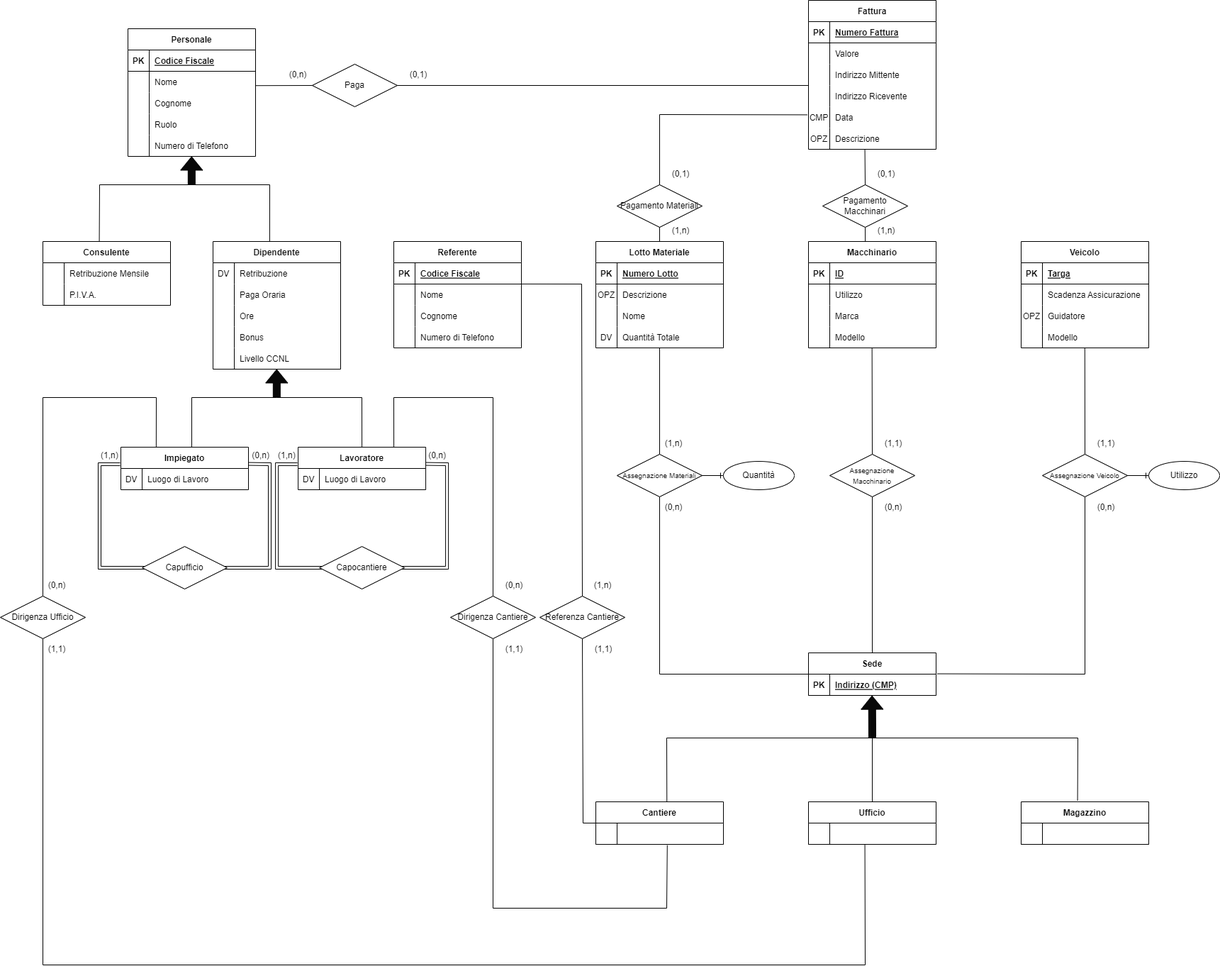
Before: Immagine Diagramma ER.png, a diagram exported from draw.io (JacopoPassariello/BD2022). Source tidied: cells renumbered, new cells last; positions are measured from the earlier drawing's top-left corner, leaving out a move shared by most shapes.
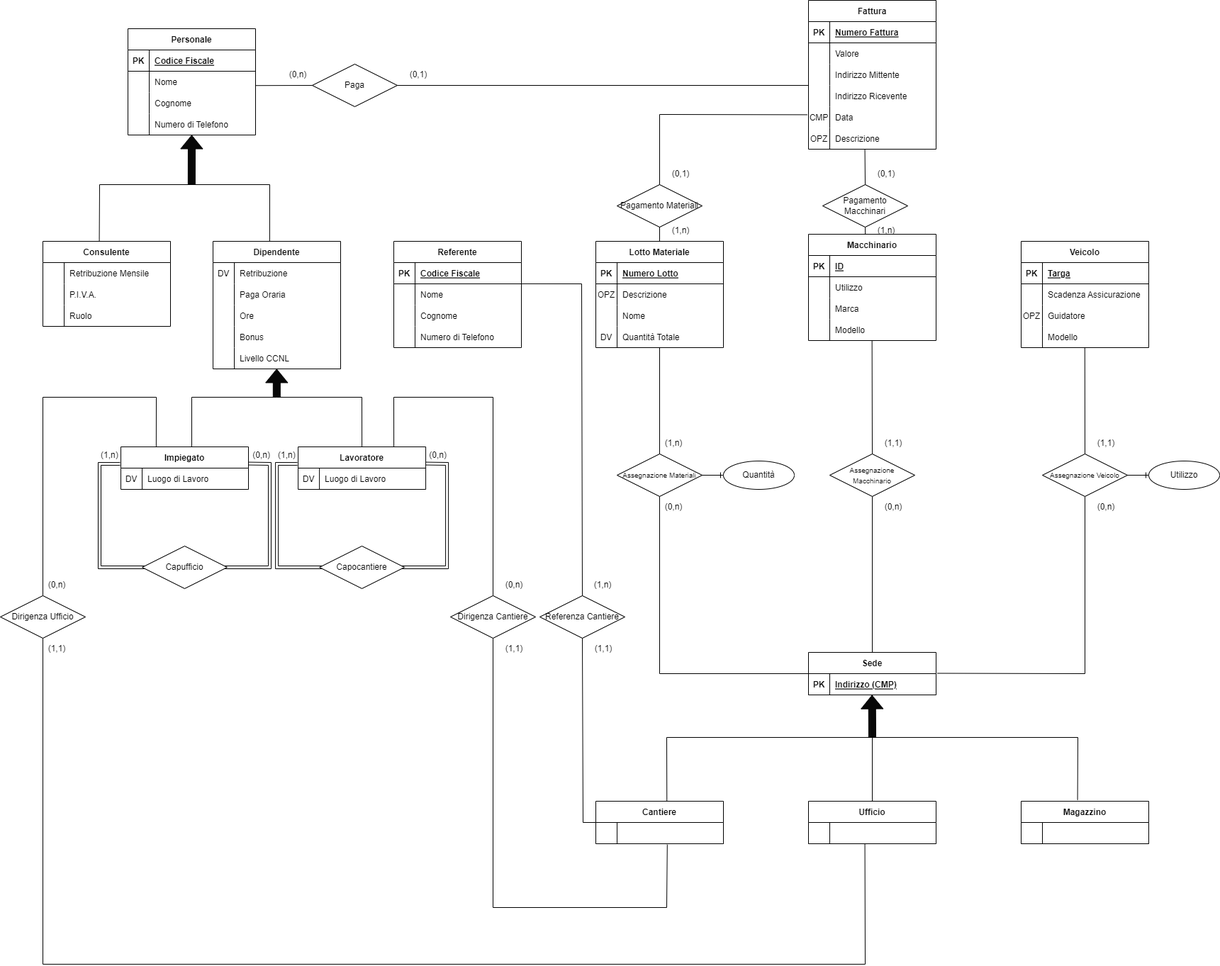
Later version of the same file.

Diff of the diagram source:
```diff
@@ -3,7 +3,7 @@
     <mxCell id="0" />
     <mxCell id="1" parent="0" />
     <mxCell id="2" value="Personale" style="shape=table;startSize=30;rowLines=0;fontStyle=1;align=center;" parent="1" vertex="1">
-      <mxGeometry x="180" y="40" width="180" height="180" as="geometry" />
+      <mxGeometry x="180" y="40" width="180" height="150" as="geometry" />
     </mxCell>
     <mxCell id="3" style="shape=tableRow;horizontal=0;startSize=0;swimlaneHead=0;swimlaneBody=0;fillColor=none;top=0;left=0;right=0;bottom=1;" parent="2" vertex="1">
       <mxGeometry y="30" width="180" height="30" as="geometry" />
@@ -32,17 +32,8 @@
     <mxCell id="11" value="Cognome" style="shape=partialRectangle;fillColor=none;top=0;left=0;bottom=0;right=0;align=left;spacingLeft=6;overflow=hidden;" parent="9" vertex="1">
       <mxGeometry x="30" width="150" height="30" as="geometry" />
     </mxCell>
-    <mxCell id="12" style="shape=tableRow;horizontal=0;startSize=0;swimlaneHead=0;swimlaneBody=0;fillColor=none;top=0;left=0;right=0;bottom=0;" parent="2" vertex="1">
-      <mxGeometry y="120" width="180" height="30" as="geometry" />
-    </mxCell>
-    <mxCell id="13" style="shape=partialRectangle;fillColor=none;top=0;left=0;bottom=0;right=0;overflow=hidden;" parent="12" vertex="1">
-      <mxGeometry width="30" height="30" as="geometry" />
-    </mxCell>
-    <mxCell id="14" value="Ruolo" style="shape=partialRectangle;fillColor=none;top=0;left=0;bottom=0;right=0;align=left;spacingLeft=6;overflow=hidden;" parent="12" vertex="1">
-      <mxGeometry x="30" width="150" height="30" as="geometry" />
-    </mxCell>
     <mxCell id="15" style="shape=tableRow;horizontal=0;startSize=0;swimlaneHead=0;swimlaneBody=0;fillColor=none;points=[[0,0.5],[1,0.5]];portConstraint=eastwest;top=0;left=0;right=0;bottom=0;" parent="2" vertex="1">
-      <mxGeometry y="150" width="180" height="30" as="geometry" />
+      <mxGeometry y="120" width="180" height="30" as="geometry" />
     </mxCell>
     <mxCell id="16" style="shape=partialRectangle;fillColor=none;top=0;left=0;bottom=0;right=0;overflow=hidden;" parent="15" vertex="1">
       <mxGeometry width="30" height="30" as="geometry" />
@@ -51,7 +42,7 @@
       <mxGeometry x="30" width="150" height="30" as="geometry" />
     </mxCell>
     <mxCell id="18" value="Consulente" style="shape=table;startSize=30;rowLines=0;fontStyle=1;align=center;" parent="1" vertex="1">
-      <mxGeometry x="60" y="340" width="180" height="90" as="geometry" />
+      <mxGeometry x="60" y="340" width="180" height="120" as="geometry" />
     </mxCell>
     <mxCell id="19" style="shape=tableRow;horizontal=0;startSize=0;swimlaneHead=0;swimlaneBody=0;fillColor=none;top=0;left=0;right=0;bottom=0;" parent="18" vertex="1">
       <mxGeometry y="30" width="180" height="30" as="geometry" />
@@ -71,6 +62,15 @@
     <mxCell id="24" value="P.I.V.A." style="shape=partialRectangle;fillColor=none;top=0;left=0;bottom=0;right=0;align=left;spacingLeft=6;overflow=hidden;" parent="22" vertex="1">
       <mxGeometry x="30" width="150" height="30" as="geometry" />
     </mxCell>
+    <mxCell id="206" style="shape=tableRow;horizontal=0;startSize=0;swimlaneHead=0;swimlaneBody=0;fillColor=none;top=0;left=0;right=0;bottom=0;" parent="18" vertex="1">
+      <mxGeometry y="90" width="180" height="30" as="geometry" />
+    </mxCell>
+    <mxCell id="13" style="shape=partialRectangle;fillColor=none;top=0;left=0;bottom=0;right=0;overflow=hidden;" parent="206" vertex="1">
+      <mxGeometry width="30" height="30" as="geometry" />
+    </mxCell>
+    <mxCell id="14" value="Ruolo" style="shape=partialRectangle;fillColor=none;top=0;left=0;bottom=0;right=0;align=left;spacingLeft=6;overflow=hidden;" parent="206" vertex="1">
+      <mxGeometry x="30" width="150" height="30" as="geometry" />
+    </mxCell>
     <mxCell id="25" value="Dipendente" style="shape=table;startSize=30;rowLines=0;fontStyle=1;align=center;" parent="1" vertex="1">
       <mxGeometry x="300" y="340" width="180" height="180" as="geometry" />
     </mxCell>
@@ -119,13 +119,9 @@
     <mxCell id="40" value="Livello CCNL" style="shape=partialRectangle;fillColor=none;top=0;left=0;bottom=0;right=0;align=left;spacingLeft=6;overflow=hidden;" parent="38" vertex="1">
       <mxGeometry x="30" width="150" height="30" as="geometry" />
     </mxCell>
-    <mxCell id="41" style="shape=flexArrow;endArrow=classic;html=1;rounded=0;fillColor=#080808;" parent="1" edge="1">
+    <mxCell id="41" style="shape=flexArrow;endArrow=classic;html=1;rounded=0;fillColor=#080808;" parent="1" edge="1" target="15">
       <mxGeometry x="-0.14" y="10" relative="1" as="geometry">
         <mxPoint x="269.8" y="260" as="sourcePoint" />
-        <mxPoint x="269.8" y="220" as="targetPoint" />
-        <Array as="points">
-          <mxPoint x="269.8" y="220" />
-        </Array>
       </mxGeometry>
     </mxCell>
     <mxCell id="42" style="endArrow=none;html=1;rounded=0;fillColor=#080808;" parent="1" edge="1">
@@ -244,7 +240,7 @@
       <mxGeometry x="450.1" y="770" width="120" height="60" as="geometry" />
     </mxCell>
     <mxCell id="65" value="Macchinario" style="shape=table;startSize=30;rowLines=0;fontStyle=1;align=center;" parent="1" vertex="1">
-      <mxGeometry x="1140" y="340" width="180" height="150" as="geometry" />
+      <mxGeometry x="1140" y="330" width="180" height="150" as="geometry" />
     </mxCell>
     <mxCell id="66" style="shape=tableRow;horizontal=0;startSize=0;swimlaneHead=0;swimlaneBody=0;fillColor=none;top=0;left=0;right=0;bottom=1;" parent="65" vertex="1">
       <mxGeometry y="30" width="180" height="30" as="geometry" />
```
